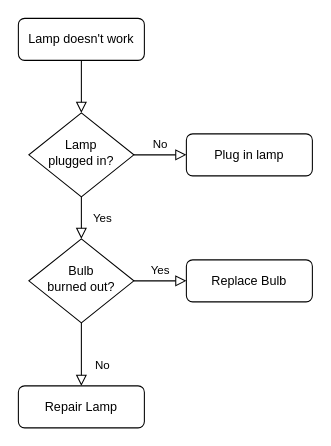
Before: Untitled Diagram.drawio in Dev-Moses01/Python-Module, a draw.io diagram. Source tidied: cells renumbered, new cells numbered last; positions are measured from the earlier drawing's top-left corner, leaving out a move shared by most shapes. Both pictures are drawn from the tidied source at 105%, with x=0, y=0 at pixel (18, 18).
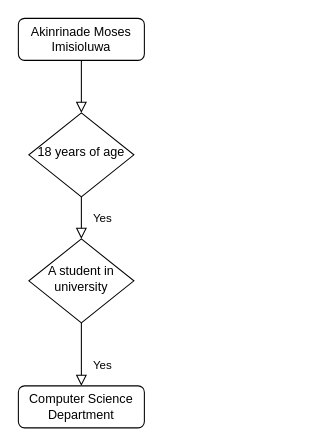
The same diagram, later.

The edit, as a diff of the source:
```diff
@@
 <mxGraphModel>
   <root>
     <mxCell id="0" />
     <mxCell id="1" parent="0" />
     <mxCell id="2" style="rounded=0;html=1;jettySize=auto;fontSize=11;endArrow=block;endFill=0;endSize=8;strokeWidth=1;shadow=0;labelBackgroundColor=none;edgeStyle=orthogonalEdgeStyle;" parent="1" edge="1" source="3" target="6">
       <mxGeometry relative="1" as="geometry" />
     </mxCell>
-    <mxCell id="3" value="Lamp doesn't work" style="rounded=1;whiteSpace=wrap;html=1;fontSize=12;glass=0;strokeWidth=1;shadow=0;" parent="1" vertex="1">
+    <mxCell id="3" value="Akinrinade Moses Imisioluwa" style="rounded=1;whiteSpace=wrap;html=1;fontSize=12;glass=0;strokeWidth=1;shadow=0;" parent="1" vertex="1">
       <mxGeometry width="120" height="40" as="geometry" />
     </mxCell>
     <mxCell id="4" value="Yes" style="rounded=0;html=1;jettySize=auto;fontSize=11;endArrow=block;endFill=0;endSize=8;strokeWidth=1;shadow=0;labelBackgroundColor=none;edgeStyle=orthogonalEdgeStyle;" parent="1" edge="1" source="6" target="10">
       <mxGeometry y="20" relative="1" as="geometry" />
     </mxCell>
-    <mxCell id="5" value="No" style="edgeStyle=orthogonalEdgeStyle;rounded=0;html=1;jettySize=auto;fontSize=11;endArrow=block;endFill=0;endSize=8;strokeWidth=1;shadow=0;labelBackgroundColor=none;" parent="1" edge="1" source="6" target="7">
-      <mxGeometry y="10" relative="1" as="geometry" />
-    </mxCell>
-    <mxCell id="6" value="Lamp&lt;br&gt;plugged in?" style="rhombus;whiteSpace=wrap;html=1;shadow=0;fontFamily=Helvetica;fontSize=12;align=center;strokeWidth=1;spacing=6;spacingTop=-4;" parent="1" vertex="1">
+    <mxCell id="6" value="18 years of age" style="rhombus;whiteSpace=wrap;html=1;shadow=0;fontFamily=Helvetica;fontSize=12;align=center;strokeWidth=1;spacing=6;spacingTop=-4;" parent="1" vertex="1">
       <mxGeometry x="10" y="90" width="100" height="80" as="geometry" />
     </mxCell>
-    <mxCell id="7" value="Plug in lamp" style="rounded=1;whiteSpace=wrap;html=1;fontSize=12;glass=0;strokeWidth=1;shadow=0;" parent="1" vertex="1">
-      <mxGeometry x="160" y="110" width="120" height="40" as="geometry" />
-    </mxCell>
-    <mxCell id="8" value="No" style="rounded=0;html=1;jettySize=auto;fontSize=11;endArrow=block;endFill=0;endSize=8;strokeWidth=1;shadow=0;labelBackgroundColor=none;edgeStyle=orthogonalEdgeStyle;" parent="1" edge="1" source="10" target="11">
+    <mxCell id="8" value="Yes" style="rounded=0;html=1;jettySize=auto;fontSize=11;endArrow=block;endFill=0;endSize=8;strokeWidth=1;shadow=0;labelBackgroundColor=none;edgeStyle=orthogonalEdgeStyle;" parent="1" edge="1" source="10" target="11">
       <mxGeometry x="0.33" y="20" relative="1" as="geometry" />
     </mxCell>
-    <mxCell id="9" value="Yes" style="edgeStyle=orthogonalEdgeStyle;rounded=0;html=1;jettySize=auto;fontSize=11;endArrow=block;endFill=0;endSize=8;strokeWidth=1;shadow=0;labelBackgroundColor=none;" parent="1" edge="1" source="10" target="12">
-      <mxGeometry y="10" relative="1" as="geometry" />
-    </mxCell>
-    <mxCell id="10" value="Bulb&lt;br&gt;burned out?" style="rhombus;whiteSpace=wrap;html=1;shadow=0;fontFamily=Helvetica;fontSize=12;align=center;strokeWidth=1;spacing=6;spacingTop=-4;" parent="1" vertex="1">
+    <mxCell id="10" value="A student in university" style="rhombus;whiteSpace=wrap;html=1;shadow=0;fontFamily=Helvetica;fontSize=12;align=center;strokeWidth=1;spacing=6;spacingTop=-4;" parent="1" vertex="1">
       <mxGeometry x="10" y="210" width="100" height="80" as="geometry" />
     </mxCell>
-    <mxCell id="11" value="Repair Lamp" style="rounded=1;whiteSpace=wrap;html=1;fontSize=12;glass=0;strokeWidth=1;shadow=0;" parent="1" vertex="1">
+    <mxCell id="11" value="Computer Science Department" style="rounded=1;whiteSpace=wrap;html=1;fontSize=12;glass=0;strokeWidth=1;shadow=0;" parent="1" vertex="1">
       <mxGeometry y="350" width="120" height="40" as="geometry" />
     </mxCell>
-    <mxCell id="12" value="Replace Bulb" style="rounded=1;whiteSpace=wrap;html=1;fontSize=12;glass=0;strokeWidth=1;shadow=0;" parent="1" vertex="1">
-      <mxGeometry x="160" y="230" width="120" height="40" as="geometry" />
-    </mxCell>
   </root>
 </mxGraphModel>
```
